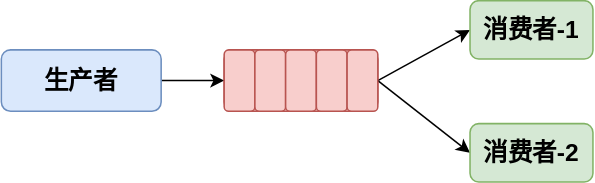
The draw.io diagram RabbitMQ/RabbitMQ工作模式/WorkQueues工作模式简图.drawio.svg in Developer-Tang/notes, before a commit. Source tidied: cells renumbered, new cells last; positions are measured from the earlier drawing's top-left corner, leaving out a move shared by most shapes. The source it was exported from:
```xml
<mxGraphModel>
  <root>
    <mxCell id="0" />
    <mxCell id="1" parent="0" />
    <mxCell id="2" style="whiteSpace=wrap;html=1;rounded=1;fontSize=16;fontStyle=1;strokeColor=#b85450;fillColor=#f8cecc;" parent="1" vertex="1">
      <mxGeometry x="145" y="32" width="100" height="40" as="geometry" />
    </mxCell>
    <mxCell id="3" style="edgeStyle=orthogonalEdgeStyle;rounded=0;jettySize=auto;html=1;fontSize=16;" parent="1" edge="1" source="4" target="5">
      <mxGeometry relative="1" as="geometry" />
    </mxCell>
    <mxCell id="4" value="生产者" style="rounded=1;whiteSpace=wrap;html=1;fontSize=16;fillColor=#dae8fc;strokeColor=#6c8ebf;fontStyle=1;" parent="1" vertex="1">
      <mxGeometry y="32" width="104" height="40" as="geometry" />
    </mxCell>
    <mxCell id="5" style="whiteSpace=wrap;html=1;rounded=1;fontSize=16;fontStyle=1;strokeColor=#b85450;fillColor=#f8cecc;" parent="1" vertex="1">
      <mxGeometry x="145" y="32" width="20" height="40" as="geometry" />
    </mxCell>
    <mxCell id="6" style="whiteSpace=wrap;html=1;rounded=1;fontSize=16;fontStyle=1;strokeColor=#b85450;fillColor=#f8cecc;" parent="1" vertex="1">
      <mxGeometry x="165" y="32" width="20" height="40" as="geometry" />
    </mxCell>
    <mxCell id="7" style="whiteSpace=wrap;html=1;rounded=1;fontSize=16;fontStyle=1;strokeColor=#b85450;fillColor=#f8cecc;" parent="1" vertex="1">
      <mxGeometry x="185" y="32" width="20" height="40" as="geometry" />
    </mxCell>
    <mxCell id="8" style="whiteSpace=wrap;html=1;rounded=1;fontSize=16;fontStyle=1;strokeColor=#b85450;fillColor=#f8cecc;" parent="1" vertex="1">
      <mxGeometry x="205" y="32" width="20" height="40" as="geometry" />
    </mxCell>
    <mxCell id="9" style="rounded=0;jettySize=auto;html=1;fontSize=16;entryX=0;entryY=0.5;entryDx=0;entryDy=0;exitX=1;exitY=0.5;exitDx=0;exitDy=0;" parent="1" edge="1" source="11" target="12">
      <mxGeometry relative="1" as="geometry" />
    </mxCell>
    <mxCell id="10" style="edgeStyle=none;rounded=0;jettySize=auto;html=1;exitX=1;exitY=0.5;exitDx=0;exitDy=0;entryX=0;entryY=0.5;entryDx=0;entryDy=0;fontSize=16;" parent="1" edge="1" source="11" target="13">
      <mxGeometry relative="1" as="geometry" />
    </mxCell>
    <mxCell id="11" style="whiteSpace=wrap;html=1;rounded=1;fontSize=16;fontStyle=1;strokeColor=#b85450;fillColor=#f8cecc;" parent="1" vertex="1">
      <mxGeometry x="225" y="32" width="20" height="40" as="geometry" />
    </mxCell>
    <mxCell id="12" value="消费者-1" style="whiteSpace=wrap;html=1;rounded=1;fontSize=16;fontStyle=1;strokeColor=#82b366;fillColor=#d5e8d4;" parent="1" vertex="1">
      <mxGeometry x="305" width="80" height="38" as="geometry" />
    </mxCell>
    <mxCell id="13" value="消费者-2" style="whiteSpace=wrap;html=1;rounded=1;fontSize=16;fontStyle=1;strokeColor=#82b366;fillColor=#d5e8d4;" parent="1" vertex="1">
      <mxGeometry x="305" y="80" width="80" height="38" as="geometry" />
    </mxCell>
  </root>
</mxGraphModel>
```
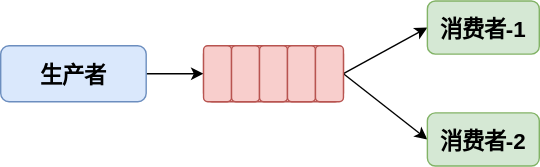
The same diagram one commit later.

The edit, as a diff of the source:
```diff
@@ -2,40 +2,40 @@
   <root>
     <mxCell id="0" />
     <mxCell id="1" parent="0" />
-    <mxCell id="2" style="whiteSpace=wrap;html=1;rounded=1;fontSize=16;fontStyle=1;strokeColor=#b85450;fillColor=#f8cecc;" parent="1" vertex="1">
+    <mxCell id="2" style="rounded=1;fontSize=16;fontStyle=1;strokeColor=#b85450;fillColor=#f8cecc;" parent="1" vertex="1">
       <mxGeometry x="145" y="32" width="100" height="40" as="geometry" />
     </mxCell>
-    <mxCell id="3" style="edgeStyle=orthogonalEdgeStyle;rounded=0;jettySize=auto;html=1;fontSize=16;" parent="1" edge="1" source="4" target="5">
+    <mxCell id="3" style="edgeStyle=orthogonalEdgeStyle;rounded=0;jettySize=auto;fontSize=16;" parent="1" edge="1" source="4" target="5">
       <mxGeometry relative="1" as="geometry" />
     </mxCell>
-    <mxCell id="4" value="生产者" style="rounded=1;whiteSpace=wrap;html=1;fontSize=16;fillColor=#dae8fc;strokeColor=#6c8ebf;fontStyle=1;" parent="1" vertex="1">
+    <mxCell id="4" value="生产者" style="rounded=1;fontSize=16;fillColor=#dae8fc;strokeColor=#6c8ebf;fontStyle=1;" parent="1" vertex="1">
       <mxGeometry y="32" width="104" height="40" as="geometry" />
     </mxCell>
-    <mxCell id="5" style="whiteSpace=wrap;html=1;rounded=1;fontSize=16;fontStyle=1;strokeColor=#b85450;fillColor=#f8cecc;" parent="1" vertex="1">
+    <mxCell id="5" style="rounded=1;fontSize=16;fontStyle=1;strokeColor=#b85450;fillColor=#f8cecc;" parent="1" vertex="1">
       <mxGeometry x="145" y="32" width="20" height="40" as="geometry" />
     </mxCell>
-    <mxCell id="6" style="whiteSpace=wrap;html=1;rounded=1;fontSize=16;fontStyle=1;strokeColor=#b85450;fillColor=#f8cecc;" parent="1" vertex="1">
+    <mxCell id="6" style="rounded=1;fontSize=16;fontStyle=1;strokeColor=#b85450;fillColor=#f8cecc;" parent="1" vertex="1">
       <mxGeometry x="165" y="32" width="20" height="40" as="geometry" />
     </mxCell>
-    <mxCell id="7" style="whiteSpace=wrap;html=1;rounded=1;fontSize=16;fontStyle=1;strokeColor=#b85450;fillColor=#f8cecc;" parent="1" vertex="1">
+    <mxCell id="7" style="rounded=1;fontSize=16;fontStyle=1;strokeColor=#b85450;fillColor=#f8cecc;" parent="1" vertex="1">
       <mxGeometry x="185" y="32" width="20" height="40" as="geometry" />
     </mxCell>
-    <mxCell id="8" style="whiteSpace=wrap;html=1;rounded=1;fontSize=16;fontStyle=1;strokeColor=#b85450;fillColor=#f8cecc;" parent="1" vertex="1">
+    <mxCell id="8" style="rounded=1;fontSize=16;fontStyle=1;strokeColor=#b85450;fillColor=#f8cecc;" parent="1" vertex="1">
       <mxGeometry x="205" y="32" width="20" height="40" as="geometry" />
     </mxCell>
-    <mxCell id="9" style="rounded=0;jettySize=auto;html=1;fontSize=16;entryX=0;entryY=0.5;entryDx=0;entryDy=0;exitX=1;exitY=0.5;exitDx=0;exitDy=0;" parent="1" edge="1" source="11" target="12">
+    <mxCell id="9" style="rounded=0;jettySize=auto;fontSize=16;entryX=0;entryY=0.5;entryDx=0;entryDy=0;exitX=1;exitY=0.5;exitDx=0;exitDy=0;" parent="1" edge="1" source="11" target="12">
       <mxGeometry relative="1" as="geometry" />
     </mxCell>
-    <mxCell id="10" style="edgeStyle=none;rounded=0;jettySize=auto;html=1;exitX=1;exitY=0.5;exitDx=0;exitDy=0;entryX=0;entryY=0.5;entryDx=0;entryDy=0;fontSize=16;" parent="1" edge="1" source="11" target="13">
+    <mxCell id="10" style="edgeStyle=none;rounded=0;jettySize=auto;exitX=1;exitY=0.5;exitDx=0;exitDy=0;entryX=0;entryY=0.5;entryDx=0;entryDy=0;fontSize=16;" parent="1" edge="1" source="11" target="13">
       <mxGeometry relative="1" as="geometry" />
     </mxCell>
-    <mxCell id="11" style="whiteSpace=wrap;html=1;rounded=1;fontSize=16;fontStyle=1;strokeColor=#b85450;fillColor=#f8cecc;" parent="1" vertex="1">
+    <mxCell id="11" style="rounded=1;fontSize=16;fontStyle=1;strokeColor=#b85450;fillColor=#f8cecc;" parent="1" vertex="1">
       <mxGeometry x="225" y="32" width="20" height="40" as="geometry" />
     </mxCell>
-    <mxCell id="12" value="消费者-1" style="whiteSpace=wrap;html=1;rounded=1;fontSize=16;fontStyle=1;strokeColor=#82b366;fillColor=#d5e8d4;" parent="1" vertex="1">
+    <mxCell id="12" value="消费者-1" style="rounded=1;fontSize=16;fontStyle=1;strokeColor=#82b366;fillColor=#d5e8d4;" parent="1" vertex="1">
       <mxGeometry x="305" width="80" height="38" as="geometry" />
     </mxCell>
-    <mxCell id="13" value="消费者-2" style="whiteSpace=wrap;html=1;rounded=1;fontSize=16;fontStyle=1;strokeColor=#82b366;fillColor=#d5e8d4;" parent="1" vertex="1">
+    <mxCell id="13" value="消费者-2" style="rounded=1;fontSize=16;fontStyle=1;strokeColor=#82b366;fillColor=#d5e8d4;" parent="1" vertex="1">
       <mxGeometry x="305" y="80" width="80" height="38" as="geometry" />
     </mxCell>
   </root>
```
